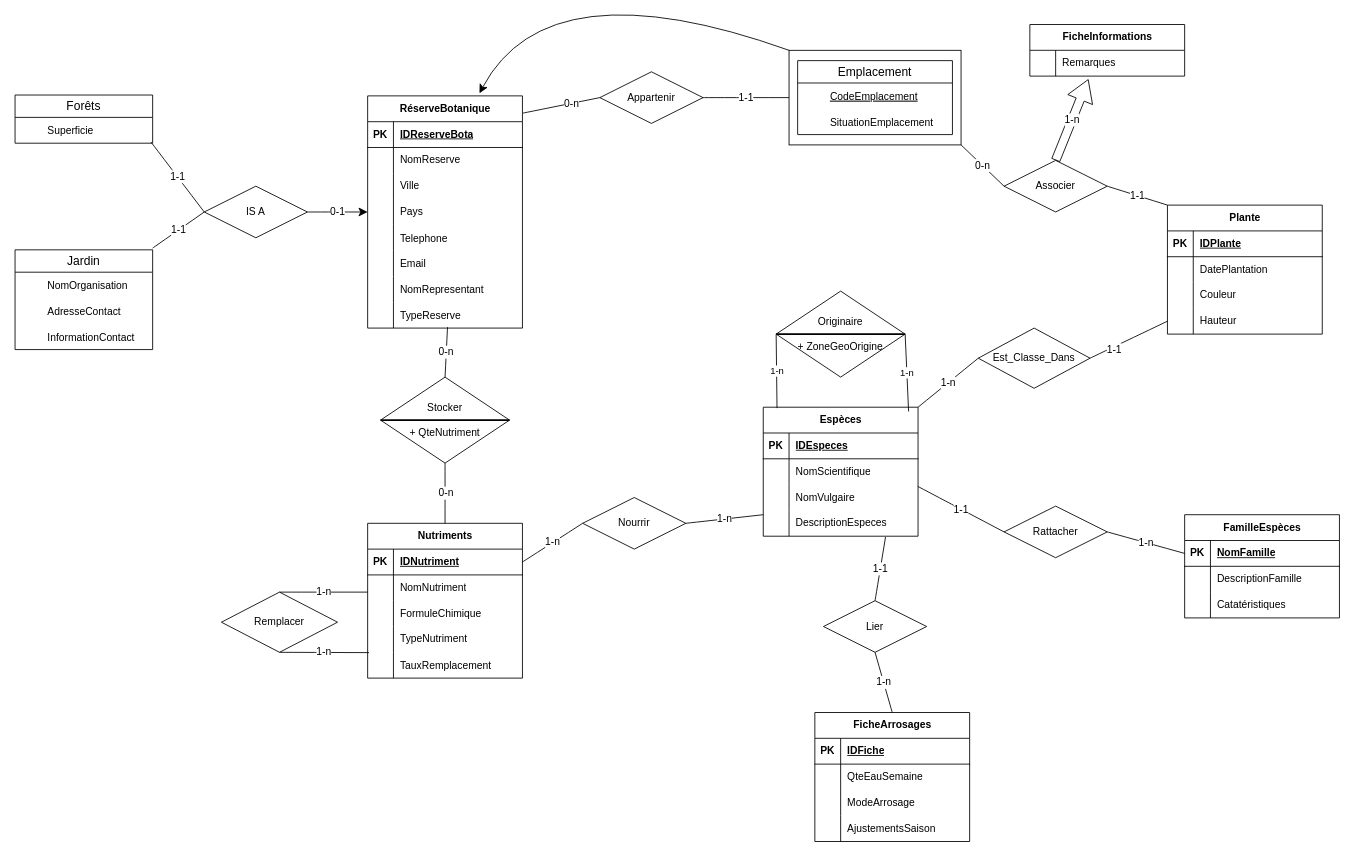
korasrar/Work keeps this draw.io diagram as SAE3/test.drawio. Above is the earlier version. Source tidied: cells renumbered, new cells numbered last; positions are measured from the earlier drawing's top-left corner, leaving out a move shared by most shapes. Both pictures are drawn from the tidied source at 86%, with x=0, y=0 at pixel (15, -36).
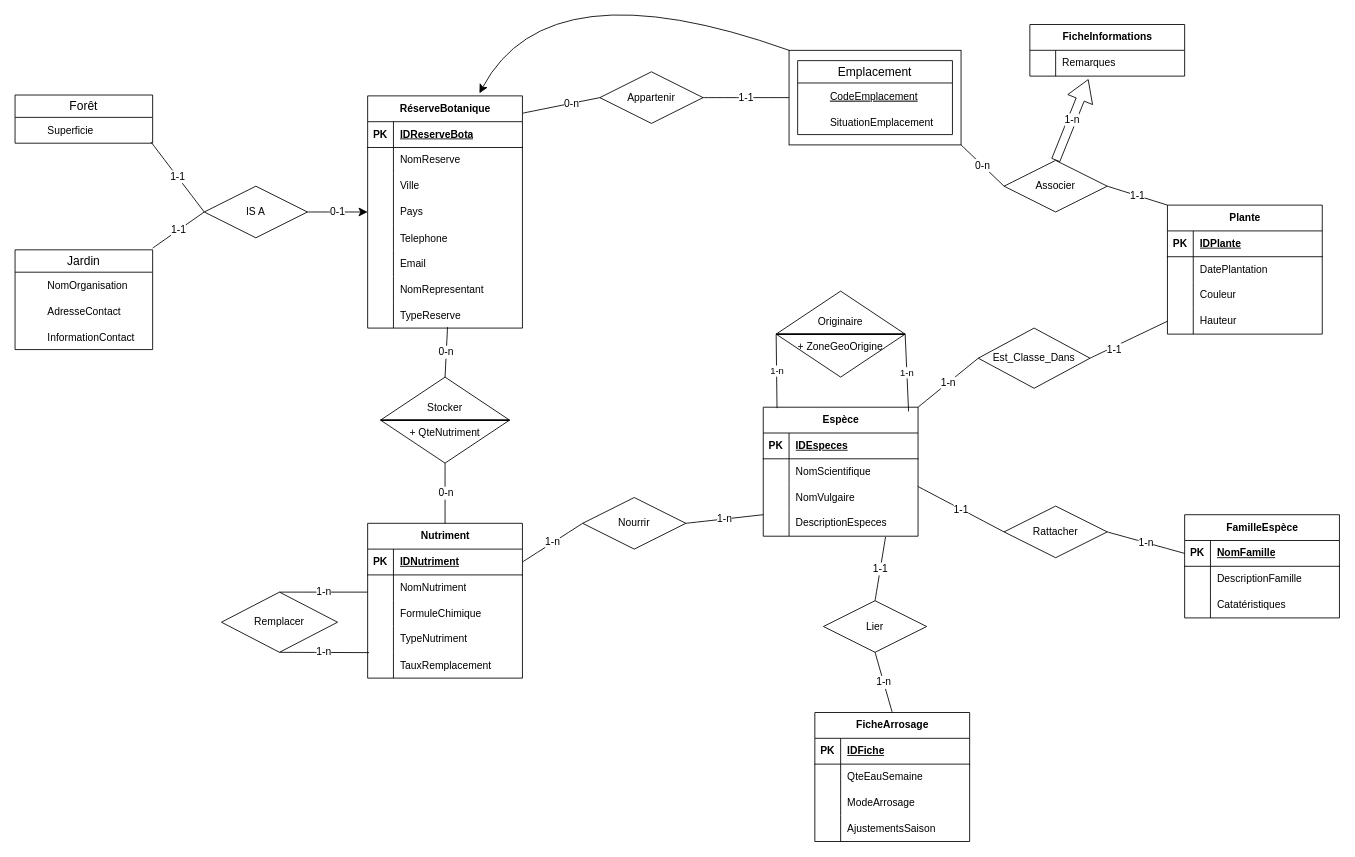
The same page after the edit.

Commit message:
Mettre à jour test.drawio

Diff of the diagram source:
```diff
@@
-    <mxCell id="28" value="Forêts" style="swimlane;fontStyle=0;horizontal=1;startSize=26;align=center;fontSize=14;margin=3;double=1;whiteSpace=wrap;" parent="1" vertex="1">
+    <mxCell id="28" value="Forêt" style="swimlane;fontStyle=0;horizontal=1;startSize=26;align=center;fontSize=14;margin=3;double=1;whiteSpace=wrap;" parent="1" vertex="1">
       <mxGeometry y="152" width="160" height="56" as="geometry" />
     </mxCell>
@@
-    <mxCell id="55" value="Nutriments" style="shape=table;startSize=30;childLayout=tableLayout;rowLines=0;fontStyle=1;align=center;html=1;" parent="1" vertex="1">
+    <mxCell id="55" value="Nutriment" style="shape=table;startSize=30;childLayout=tableLayout;rowLines=0;fontStyle=1;align=center;html=1;" parent="1" vertex="1">
       <mxGeometry x="410" y="650" width="180" height="180" as="geometry" />
     </mxCell>
@@
-    <mxCell id="85" value="Espèces" style="shape=table;startSize=30;childLayout=tableLayout;rowLines=0;fontStyle=1;align=center;html=1;" parent="1" vertex="1">
+    <mxCell id="85" value="Espèce" style="shape=table;startSize=30;childLayout=tableLayout;rowLines=0;fontStyle=1;align=center;html=1;" parent="1" vertex="1">
       <mxGeometry x="870" y="515" width="180" height="150" as="geometry" />
     </mxCell>
@@
-    <mxCell id="98" value="FicheArrosages" style="shape=table;startSize=30;childLayout=tableLayout;rowLines=0;fontStyle=1;align=center;html=1;" parent="1" vertex="1">
+    <mxCell id="98" value="FicheArrosage" style="shape=table;startSize=30;childLayout=tableLayout;rowLines=0;fontStyle=1;align=center;html=1;" parent="1" vertex="1">
       <mxGeometry x="930" y="870" width="180" height="150" as="geometry" />
     </mxCell>
@@
-    <mxCell id="111" value="FamilleEspèces" style="shape=table;startSize=30;childLayout=tableLayout;rowLines=0;fontStyle=1;align=center;html=1;" parent="1" vertex="1">
+    <mxCell id="111" value="FamilleEspèce" style="shape=table;startSize=30;childLayout=tableLayout;rowLines=0;fontStyle=1;align=center;html=1;" parent="1" vertex="1">
       <mxGeometry x="1360" y="640" width="180" height="120" as="geometry" />
     </mxCell>
```
